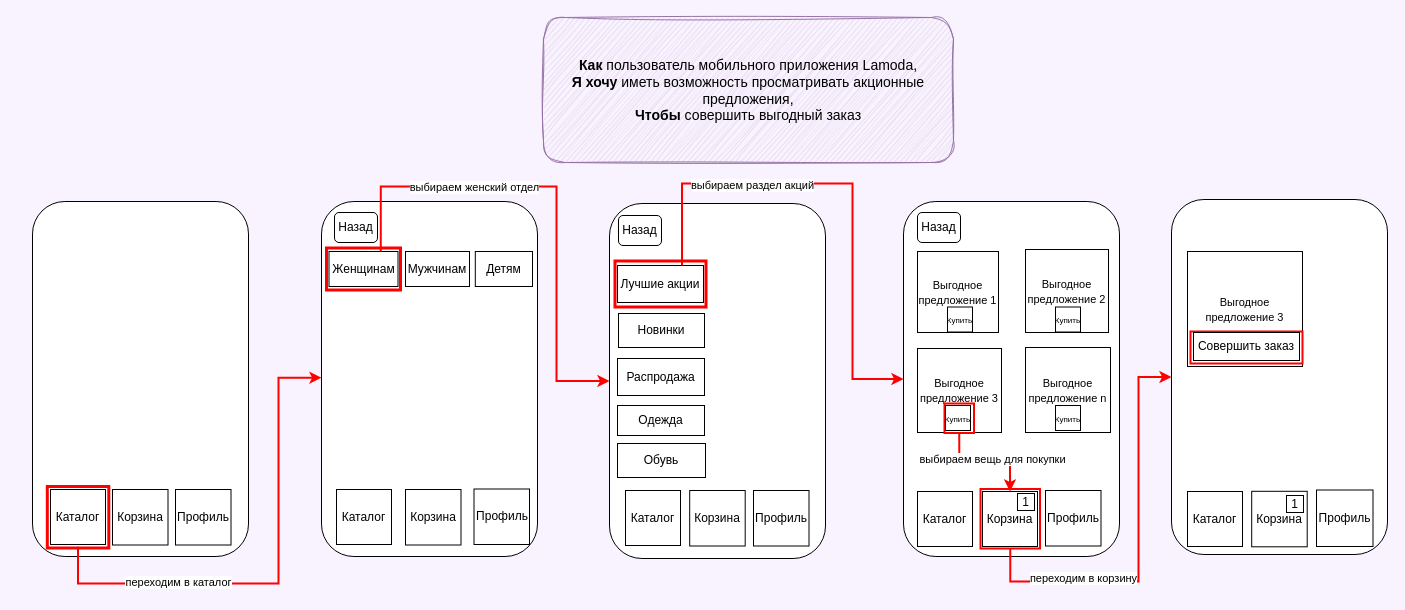
This is Mukhametyanova_Nargiza/Maket.drawio from abdullahproff/BSA21_1, a draw.io file, before an edit. Source tidied: cells renumbered, new cells numbered last; positions are measured from the earlier drawing's top-left corner, leaving out a move shared by most shapes. Both pictures are drawn from the tidied source at 100%, with x=0, y=0 at pixel (32, 17).
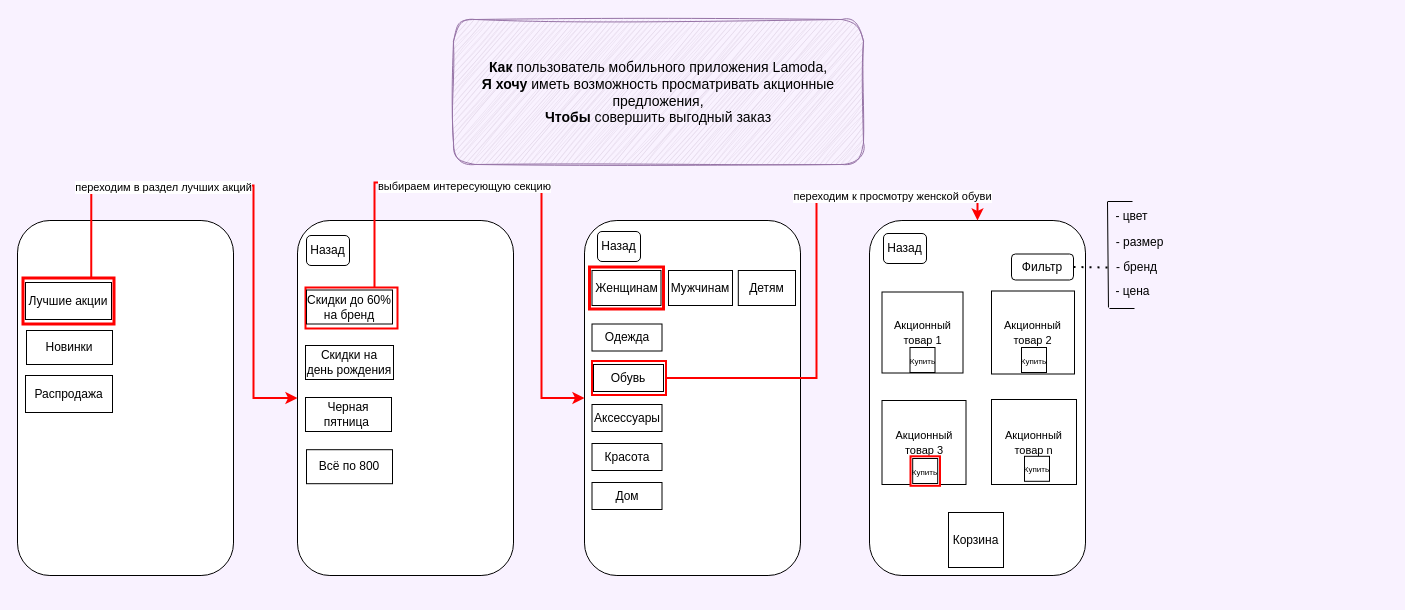
The same diagram, later.

What changed in the source:
```diff
@@
-    <mxCell id="2" style="rounded=1;whiteSpace=wrap;html=1;" parent="1" vertex="1">
-      <mxGeometry y="184" width="216" height="355" as="geometry" />
-    </mxCell>
     <mxCell id="3" value="&lt;font style=&quot;font-size: 14px;&quot;&gt;&lt;b&gt;Как &lt;/b&gt;пользователь мобильного приложения Lamoda,&lt;br&gt;&lt;b&gt;Я хочу&lt;/b&gt; иметь возможность просматривать акционные предложения,&lt;br&gt;&lt;b&gt;Чтобы &lt;/b&gt;совершить выгодный заказ&lt;/font&gt;" style="rounded=1;whiteSpace=wrap;html=1;glass=0;sketch=1;curveFitting=1;jiggle=2;shadow=0;fillColor=#e1d5e7;strokeColor=#9673a6;" parent="1" vertex="1">
-      <mxGeometry x="511" width="410" height="145" as="geometry" />
+      <mxGeometry x="421" y="2" width="410" height="145" as="geometry" />
     </mxCell>
-    <mxCell id="4" value="Каталог" style="whiteSpace=wrap;html=1;" parent="1" vertex="1">
-      <mxGeometry x="18" y="472" width="55" height="55" as="geometry" />
-    </mxCell>
-    <mxCell id="5" value="Профиль" style="whiteSpace=wrap;html=1;" parent="1" vertex="1">
-      <mxGeometry x="143" y="472" width="55.5" height="55.5" as="geometry" />
-    </mxCell>
-    <mxCell id="6" value="Корзина" style="whiteSpace=wrap;html=1;" parent="1" vertex="1">
-      <mxGeometry x="80" y="472" width="55.5" height="55.5" as="geometry" />
-    </mxCell>
     <mxCell id="7" style="rounded=1;whiteSpace=wrap;html=1;" parent="1" vertex="1">
-      <mxGeometry x="289" y="184" width="216" height="355" as="geometry" />
+      <mxGeometry x="552" y="203" width="216" height="355" as="geometry" />
     </mxCell>
-    <mxCell id="8" style="whiteSpace=wrap;html=1;strokeColor=#FF0000;strokeWidth=3;fillColor=none;" parent="1" vertex="1">
-      <mxGeometry x="14.8" y="469" width="61.5" height="61.5" as="geometry" />
-    </mxCell>
     <mxCell id="9" value="Мужчинам" style="rounded=0;whiteSpace=wrap;html=1;" parent="1" vertex="1">
-      <mxGeometry x="373" y="234" width="64" height="35" as="geometry" />
+      <mxGeometry x="636" y="253" width="64" height="35" as="geometry" />
     </mxCell>
     <mxCell id="10" style="rounded=0;whiteSpace=wrap;html=1;strokeColor=#FF0000;strokeWidth=3;" parent="1" vertex="1">
-      <mxGeometry x="294" y="230.5" width="74" height="42" as="geometry" />
+      <mxGeometry x="557" y="249.5" width="74" height="42" as="geometry" />
     </mxCell>
     <mxCell id="11" value="Женщинам" style="rounded=0;whiteSpace=wrap;html=1;" parent="1" vertex="1">
-      <mxGeometry x="296.5" y="234" width="69" height="35" as="geometry" />
+      <mxGeometry x="559.5" y="253" width="69" height="35" as="geometry" />
     </mxCell>
     <mxCell id="12" value="Детям" style="rounded=0;whiteSpace=wrap;html=1;" parent="1" vertex="1">
-      <mxGeometry x="442.8" y="234" width="57.2" height="35" as="geometry" />
+      <mxGeometry x="705.8" y="253" width="57.2" height="35" as="geometry" />
     </mxCell>
     <mxCell id="13" style="rounded=1;whiteSpace=wrap;html=1;" parent="1" vertex="1">
-      <mxGeometry x="577" y="186" width="216" height="355" as="geometry" />
+      <mxGeometry x="-15" y="203" width="216" height="355" as="geometry" />
     </mxCell>
     <mxCell id="14" style="rounded=0;whiteSpace=wrap;html=1;strokeColor=#FF0000;strokeWidth=3;" parent="1" vertex="1">
-      <mxGeometry x="582.5" y="243.5" width="91" height="46" as="geometry" />
+      <mxGeometry x="-9.5" y="260.5" width="91" height="46" as="geometry" />
     </mxCell>
     <mxCell id="15" value="Лучшие акции" style="rounded=0;whiteSpace=wrap;html=1;" parent="1" vertex="1">
-      <mxGeometry x="585" y="248" width="86" height="37" as="geometry" />
+      <mxGeometry x="-7" y="265" width="86" height="37" as="geometry" />
     </mxCell>
     <mxCell id="16" value="Новинки" style="rounded=0;whiteSpace=wrap;html=1;" parent="1" vertex="1">
-      <mxGeometry x="586" y="296" width="86" height="34" as="geometry" />
+      <mxGeometry x="-6" y="313" width="86" height="34" as="geometry" />
     </mxCell>
     <mxCell id="17" value="Распродажа" style="rounded=0;whiteSpace=wrap;html=1;" parent="1" vertex="1">
-      <mxGeometry x="585" y="341" width="87" height="37" as="geometry" />
+      <mxGeometry x="-7" y="358" width="87" height="37" as="geometry" />
     </mxCell>
-    <mxCell id="18" value="Одежда" style="rounded=0;whiteSpace=wrap;html=1;" parent="1" vertex="1">
-      <mxGeometry x="585" y="388" width="87" height="30" as="geometry" />
-    </mxCell>
-    <mxCell id="19" value="Обувь" style="rounded=0;whiteSpace=wrap;html=1;" parent="1" vertex="1">
-      <mxGeometry x="585" y="426" width="88" height="34" as="geometry" />
-    </mxCell>
-    <mxCell id="20" style="endArrow=classic;html=1;rounded=0;entryX=0;entryY=0.5;entryDx=0;entryDy=0;exitX=0.5;exitY=1;exitDx=0;exitDy=0;edgeStyle=orthogonalEdgeStyle;strokeColor=#FF0000;strokeWidth=2;" parent="1" edge="1">
-      <mxGeometry relative="1" as="geometry">
-        <mxPoint x="45.5" y="529.2" as="sourcePoint" />
-        <mxPoint x="289" y="360.2" as="targetPoint" />
-        <Array as="points">
-          <mxPoint x="46" y="566" />
-          <mxPoint x="246" y="566" />
-          <mxPoint x="246" y="360" />
-        </Array>
-      </mxGeometry>
-    </mxCell>
-    <mxCell id="21" value="переходим в каталог" style="edgeLabel;html=1;align=center;verticalAlign=middle;" parent="20" vertex="1">
-      <mxGeometry x="-0.27" y="-2" relative="1" as="geometry">
-        <mxPoint x="-40" y="-4" as="offset" />
-      </mxGeometry>
-    </mxCell>
     <mxCell id="22" style="rounded=1;whiteSpace=wrap;html=1;" parent="1" vertex="1">
-      <mxGeometry x="871" y="184" width="216" height="355" as="geometry" />
+      <mxGeometry x="837" y="203" width="216" height="355" as="geometry" />
     </mxCell>
-    <mxCell id="23" value="&lt;font style=&quot;font-size: 11px;&quot;&gt;Выгодное предложение 1&lt;/font&gt;" style="whiteSpace=wrap;html=1;" parent="1" vertex="1">
-      <mxGeometry x="885" y="234" width="81" height="81" as="geometry" />
+    <mxCell id="23" value="&lt;font style=&quot;font-size: 11px;&quot;&gt;Акционный товар 1&lt;/font&gt;" style="whiteSpace=wrap;html=1;" parent="1" vertex="1">
+      <mxGeometry x="849.5" y="274.5" width="81" height="81" as="geometry" />
     </mxCell>
-    <mxCell id="24" value="&lt;font style=&quot;font-size: 11px;&quot;&gt;Выгодное предложение 2&lt;/font&gt;" style="whiteSpace=wrap;html=1;" parent="1" vertex="1">
-      <mxGeometry x="993" y="232" width="83" height="83" as="geometry" />
+    <mxCell id="24" value="&lt;font style=&quot;font-size: 11px;&quot;&gt;Акционный товар 2&lt;/font&gt;" style="whiteSpace=wrap;html=1;" parent="1" vertex="1">
+      <mxGeometry x="959" y="273.5" width="83" height="83" as="geometry" />
     </mxCell>
-    <mxCell id="25" value="&lt;font style=&quot;font-size: 11px;&quot;&gt;Выгодное предложение 3&lt;/font&gt;" style="whiteSpace=wrap;html=1;" parent="1" vertex="1">
-      <mxGeometry x="885" y="331" width="84" height="84" as="geometry" />
+    <mxCell id="25" value="&lt;font style=&quot;font-size: 11px;&quot;&gt;Акционный товар 3&lt;/font&gt;" style="whiteSpace=wrap;html=1;" parent="1" vertex="1">
+      <mxGeometry x="849.5" y="383" width="84" height="84" as="geometry" />
     </mxCell>
-    <mxCell id="26" value="&lt;font style=&quot;font-size: 11px;&quot;&gt;Выгодное предложение n&lt;/font&gt;" style="whiteSpace=wrap;html=1;" parent="1" vertex="1">
-      <mxGeometry x="993" y="330" width="85" height="85" as="geometry" />
+    <mxCell id="26" value="&lt;font style=&quot;font-size: 11px;&quot;&gt;Акционный товар n&lt;/font&gt;" style="whiteSpace=wrap;html=1;" parent="1" vertex="1">
+      <mxGeometry x="959" y="382" width="85" height="85" as="geometry" />
     </mxCell>
-    <mxCell id="27" value="Каталог" style="whiteSpace=wrap;html=1;" parent="1" vertex="1">
-      <mxGeometry x="304" y="472" width="55" height="55" as="geometry" />
-    </mxCell>
-    <mxCell id="28" value="Корзина" style="whiteSpace=wrap;html=1;" parent="1" vertex="1">
-      <mxGeometry x="373" y="472" width="55.5" height="55.5" as="geometry" />
-    </mxCell>
-    <mxCell id="29" value="Профиль" style="whiteSpace=wrap;html=1;" parent="1" vertex="1">
-      <mxGeometry x="441.5" y="471.5" width="55.5" height="55.5" as="geometry" />
-    </mxCell>
-    <mxCell id="30" value="Каталог" style="whiteSpace=wrap;html=1;" parent="1" vertex="1">
-      <mxGeometry x="593" y="473" width="55" height="55" as="geometry" />
-    </mxCell>
-    <mxCell id="31" value="Корзина" style="whiteSpace=wrap;html=1;" parent="1" vertex="1">
-      <mxGeometry x="657.2" y="473" width="55.5" height="55.5" as="geometry" />
-    </mxCell>
-    <mxCell id="32" value="Профиль" style="whiteSpace=wrap;html=1;" parent="1" vertex="1">
-      <mxGeometry x="721" y="473" width="55.5" height="55.5" as="geometry" />
-    </mxCell>
-    <mxCell id="33" value="Каталог" style="whiteSpace=wrap;html=1;" parent="1" vertex="1">
-      <mxGeometry x="885" y="474" width="55" height="55" as="geometry" />
-    </mxCell>
-    <mxCell id="34" style="whiteSpace=wrap;html=1;strokeColor=#FF0000;strokeWidth=2;" parent="1" vertex="1">
-      <mxGeometry x="948" y="471.5" width="59.5" height="59.5" as="geometry" />
-    </mxCell>
     <mxCell id="35" value="Корзина" style="whiteSpace=wrap;html=1;" parent="1" vertex="1">
-      <mxGeometry x="950" y="474" width="55" height="55" as="geometry" />
+      <mxGeometry x="916" y="495" width="55" height="55" as="geometry" />
     </mxCell>
-    <mxCell id="36" value="Профиль" style="whiteSpace=wrap;html=1;" parent="1" vertex="1">
-      <mxGeometry x="1013" y="473" width="55.5" height="55.5" as="geometry" />
-    </mxCell>
     <mxCell id="37" style="whiteSpace=wrap;html=1;strokeColor=#FF0000;strokeWidth=2;" parent="1" vertex="1">
-      <mxGeometry x="912" y="386" width="29.5" height="29.5" as="geometry" />
+      <mxGeometry x="878" y="438.8" width="29.5" height="29.5" as="geometry" />
     </mxCell>
     <mxCell id="38" value="&lt;font style=&quot;font-size: 8px;&quot;&gt;Купить&lt;/font&gt;" style="whiteSpace=wrap;html=1;" parent="1" vertex="1">
-      <mxGeometry x="913" y="388" width="25" height="25" as="geometry" />
+      <mxGeometry x="880.2" y="441" width="25" height="25" as="geometry" />
     </mxCell>
     <mxCell id="39" value="&lt;font style=&quot;font-size: 8px;&quot;&gt;Купить&lt;/font&gt;" style="whiteSpace=wrap;html=1;" parent="1" vertex="1">
-      <mxGeometry x="1023" y="388" width="25" height="25" as="geometry" />
+      <mxGeometry x="992" y="438.8" width="25" height="25" as="geometry" />
     </mxCell>
     <mxCell id="40" value="&lt;font style=&quot;font-size: 8px;&quot;&gt;Купить&lt;/font&gt;" style="whiteSpace=wrap;html=1;" parent="1" vertex="1">
-      <mxGeometry x="1023" y="289.5" width="25" height="25" as="geometry" />
+      <mxGeometry x="989" y="330" width="25" height="25" as="geometry" />
     </mxCell>
     <mxCell id="41" value="&lt;font style=&quot;font-size: 8px;&quot;&gt;Купить&lt;/font&gt;" style="whiteSpace=wrap;html=1;" parent="1" vertex="1">
-      <mxGeometry x="915" y="289.5" width="25" height="25" as="geometry" />
+      <mxGeometry x="877.5" y="330" width="25" height="25" as="geometry" />
     </mxCell>
-    <mxCell id="42" value="Назад" style="rounded=1;whiteSpace=wrap;html=1;" parent="1" vertex="1">
-      <mxGeometry x="586" y="198" width="43" height="30" as="geometry" />
-    </mxCell>
     <mxCell id="43" value="Назад" style="rounded=1;whiteSpace=wrap;html=1;" parent="1" vertex="1">
-      <mxGeometry x="885" y="195" width="43" height="30" as="geometry" />
+      <mxGeometry x="851" y="216" width="43" height="30" as="geometry" />
     </mxCell>
     <mxCell id="44" value="Назад" style="rounded=1;whiteSpace=wrap;html=1;" parent="1" vertex="1">
-      <mxGeometry x="302" y="195" width="43" height="30" as="geometry" />
+      <mxGeometry x="565" y="214" width="43" height="30" as="geometry" />
     </mxCell>
-    <mxCell id="45" style="endArrow=classic;html=1;rounded=0;exitX=0.75;exitY=0;exitDx=0;exitDy=0;entryX=0;entryY=0.5;entryDx=0;entryDy=0;edgeStyle=orthogonalEdgeStyle;strokeWidth=2;strokeColor=#FF0000;" parent="1" edge="1" source="11" target="13">
-      <mxGeometry relative="1" as="geometry">
-        <Array as="points">
-          <mxPoint x="348" y="169" />
-          <mxPoint x="524" y="169" />
-          <mxPoint x="524" y="364" />
-        </Array>
-      </mxGeometry>
-    </mxCell>
-    <mxCell id="46" value="выбираем женский отдел" style="edgeLabel;html=1;align=center;verticalAlign=middle;" parent="45" vertex="1">
-      <mxGeometry x="-0.26" relative="1" as="geometry">
-        <mxPoint x="-23" as="offset" />
-      </mxGeometry>
-    </mxCell>
-    <mxCell id="47" style="endArrow=classic;html=1;rounded=0;exitX=0.75;exitY=0;exitDx=0;exitDy=0;entryX=0;entryY=0.5;entryDx=0;entryDy=0;edgeStyle=orthogonalEdgeStyle;strokeWidth=2;strokeColor=#FF0000;" parent="1" edge="1" source="15" target="22">
-      <mxGeometry relative="1" as="geometry">
-        <Array as="points">
-          <mxPoint x="650" y="166" />
-          <mxPoint x="820" y="166" />
-          <mxPoint x="820" y="362" />
-        </Array>
-      </mxGeometry>
-    </mxCell>
-    <mxCell id="48" value="выбираем раздел акций" style="edgeLabel;html=1;align=center;verticalAlign=middle;" parent="47" vertex="1">
-      <mxGeometry x="-0.39" y="-1" relative="1" as="geometry" />
-    </mxCell>
-    <mxCell id="49" style="endArrow=classic;html=1;rounded=0;exitX=0.5;exitY=1;exitDx=0;exitDy=0;entryX=0.5;entryY=0;entryDx=0;entryDy=0;edgeStyle=orthogonalEdgeStyle;strokeWidth=2;strokeColor=#FF0000;" parent="1" edge="1" source="37" target="35">
-      <mxGeometry relative="1" as="geometry" />
-    </mxCell>
-    <mxCell id="50" value="выбираем вещь для покупки" style="edgeLabel;html=1;align=center;verticalAlign=middle;" parent="49" vertex="1">
-      <mxGeometry x="0.11" y="3" relative="1" as="geometry">
-        <mxPoint x="1" as="offset" />
-      </mxGeometry>
-    </mxCell>
-    <mxCell id="51" value="1" style="whiteSpace=wrap;html=1;" parent="1" vertex="1">
-      <mxGeometry x="985" y="476" width="17" height="17" as="geometry" />
-    </mxCell>
-    <mxCell id="52" style="rounded=1;whiteSpace=wrap;html=1;" parent="1" vertex="1">
-      <mxGeometry x="1139" y="182" width="216" height="355" as="geometry" />
-    </mxCell>
-    <mxCell id="53" value="Каталог" style="whiteSpace=wrap;html=1;" parent="1" vertex="1">
-      <mxGeometry x="1155" y="474" width="55" height="55" as="geometry" />
-    </mxCell>
-    <mxCell id="54" value="Корзина" style="whiteSpace=wrap;html=1;" parent="1" vertex="1">
-      <mxGeometry x="1219.2" y="473.8" width="55.5" height="55.5" as="geometry" />
-    </mxCell>
-    <mxCell id="55" value="Профиль" style="whiteSpace=wrap;html=1;" parent="1" vertex="1">
-      <mxGeometry x="1284" y="472.5" width="56.5" height="56.5" as="geometry" />
-    </mxCell>
-    <mxCell id="56" value="1" style="whiteSpace=wrap;html=1;" parent="1" vertex="1">
-      <mxGeometry x="1254" y="478" width="17" height="17" as="geometry" />
-    </mxCell>
-    <mxCell id="57" value="&lt;font style=&quot;font-size: 11px;&quot;&gt;Выгодное предложение 3&lt;/font&gt;" style="whiteSpace=wrap;html=1;" parent="1" vertex="1">
-      <mxGeometry x="1155" y="234" width="115" height="115" as="geometry" />
-    </mxCell>
-    <mxCell id="58" style="endArrow=classic;html=1;rounded=0;exitX=0.5;exitY=1;exitDx=0;exitDy=0;entryX=0;entryY=0.5;entryDx=0;entryDy=0;edgeStyle=orthogonalEdgeStyle;strokeWidth=2;strokeColor=#FF0000;" parent="1" edge="1" source="34" target="52">
-      <mxGeometry relative="1" as="geometry">
-        <Array as="points">
-          <mxPoint x="978" y="564" />
-          <mxPoint x="1106" y="564" />
-          <mxPoint x="1106" y="359" />
-        </Array>
-      </mxGeometry>
-    </mxCell>
-    <mxCell id="59" value="переходим в корзину" style="edgeLabel;html=1;align=center;verticalAlign=middle;" parent="58" vertex="1">
-      <mxGeometry x="-0.47" y="4" relative="1" as="geometry" />
-    </mxCell>
-    <mxCell id="60" style="rounded=0;whiteSpace=wrap;html=1;strokeColor=#FF0000;strokeWidth=2;" parent="1" vertex="1">
-      <mxGeometry x="1158" y="314" width="112" height="32" as="geometry" />
-    </mxCell>
-    <mxCell id="61" value="Совершить заказ" style="rounded=0;whiteSpace=wrap;html=1;" parent="1" vertex="1">
-      <mxGeometry x="1161" y="315" width="106" height="28" as="geometry" />
-    </mxCell>
+    <mxCell id="62" style="rounded=1;whiteSpace=wrap;html=1;" parent="1" vertex="1">
+      <mxGeometry x="265" y="203" width="216" height="355" as="geometry" />
+    </mxCell>
+    <mxCell id="42" value="Назад" style="rounded=1;whiteSpace=wrap;html=1;" parent="1" vertex="1">
+      <mxGeometry x="274" y="218" width="43" height="30" as="geometry" />
+    </mxCell>
+    <mxCell id="63" style="rounded=0;whiteSpace=wrap;html=1;strokeColor=#FF0000;strokeWidth=2;" parent="1" vertex="1">
+      <mxGeometry x="273" y="270" width="92" height="41" as="geometry" />
+    </mxCell>
+    <mxCell id="64" value="Скидки до 60% на бренд" style="rounded=0;whiteSpace=wrap;html=1;" parent="1" vertex="1">
+      <mxGeometry x="274" y="272.5" width="86" height="34" as="geometry" />
+    </mxCell>
+    <mxCell id="65" value="Скидки на день рождения" style="rounded=0;whiteSpace=wrap;html=1;" parent="1" vertex="1">
+      <mxGeometry x="273" y="328" width="88" height="34" as="geometry" />
+    </mxCell>
+    <mxCell id="66" value="Черная пятница&amp;nbsp;" style="rounded=0;whiteSpace=wrap;html=1;" parent="1" vertex="1">
+      <mxGeometry x="273" y="380" width="86" height="34" as="geometry" />
+    </mxCell>
+    <mxCell id="67" value="Всё по 800" style="rounded=0;whiteSpace=wrap;html=1;" parent="1" vertex="1">
+      <mxGeometry x="274" y="432.2" width="86" height="34" as="geometry" />
+    </mxCell>
+    <mxCell id="68" style="endArrow=classic;html=1;rounded=0;exitX=0.75;exitY=0;exitDx=0;exitDy=0;entryX=0;entryY=0.5;entryDx=0;entryDy=0;edgeStyle=orthogonalEdgeStyle;strokeWidth=2;strokeColor=#FF0000;" parent="1" edge="1" source="14" target="62">
+      <mxGeometry relative="1" as="geometry">
+        <Array as="points">
+          <mxPoint x="59" y="168" />
+          <mxPoint x="221" y="168" />
+          <mxPoint x="221" y="381" />
+        </Array>
+      </mxGeometry>
+    </mxCell>
+    <mxCell id="69" value="переходим в раздел лучших акций" style="edgeLabel;html=1;align=center;verticalAlign=middle;" parent="68" vertex="1">
+      <mxGeometry x="-0.36" y="-1" relative="1" as="geometry" />
+    </mxCell>
+    <mxCell id="70" style="endArrow=classic;html=1;rounded=0;exitX=0.75;exitY=0;exitDx=0;exitDy=0;entryX=0;entryY=0.5;entryDx=0;entryDy=0;edgeStyle=orthogonalEdgeStyle;strokeColor=#FF0000;strokeWidth=2;" parent="1" edge="1" source="63" target="7">
+      <mxGeometry relative="1" as="geometry">
+        <Array as="points">
+          <mxPoint x="342" y="165" />
+          <mxPoint x="509" y="165" />
+          <mxPoint x="509" y="381" />
+        </Array>
+      </mxGeometry>
+    </mxCell>
+    <mxCell id="71" value="выбираем интересующую секцию" style="edgeLabel;html=1;align=center;verticalAlign=middle;" parent="70" vertex="1">
+      <mxGeometry x="-0.27" y="-3" relative="1" as="geometry" />
+    </mxCell>
+    <mxCell id="18" value="Одежда" style="rounded=0;whiteSpace=wrap;html=1;" parent="1" vertex="1">
+      <mxGeometry x="559.5" y="306.5" width="70" height="27" as="geometry" />
+    </mxCell>
+    <mxCell id="72" style="rounded=0;whiteSpace=wrap;html=1;strokeColor=#FF0000;strokeWidth=2;" parent="1" vertex="1">
+      <mxGeometry x="559.5" y="343.5" width="74" height="34" as="geometry" />
+    </mxCell>
+    <mxCell id="19" value="Обувь" style="rounded=0;whiteSpace=wrap;html=1;" parent="1" vertex="1">
+      <mxGeometry x="561" y="347" width="70" height="27" as="geometry" />
+    </mxCell>
+    <mxCell id="73" value="Аксессуары" style="rounded=0;whiteSpace=wrap;html=1;" parent="1" vertex="1">
+      <mxGeometry x="559.5" y="387" width="70" height="27" as="geometry" />
+    </mxCell>
+    <mxCell id="74" value="Красота" style="rounded=0;whiteSpace=wrap;html=1;" parent="1" vertex="1">
+      <mxGeometry x="559.5" y="426" width="70" height="27" as="geometry" />
+    </mxCell>
+    <mxCell id="75" value="Дом" style="rounded=0;whiteSpace=wrap;html=1;" parent="1" vertex="1">
+      <mxGeometry x="559.5" y="465" width="70" height="27" as="geometry" />
+    </mxCell>
+    <mxCell id="76" value="Фильтр" style="rounded=1;whiteSpace=wrap;html=1;" parent="1" vertex="1">
+      <mxGeometry x="979" y="236.5" width="62" height="26" as="geometry" />
+    </mxCell>
+    <mxCell id="77" style="endArrow=none;dashed=1;html=1;dashPattern=1 3;strokeWidth=2;rounded=0;exitX=1;exitY=0.5;exitDx=0;exitDy=0;" parent="1" edge="1" source="76">
+      <mxGeometry relative="1" as="geometry">
+        <mxPoint x="1075" y="250" as="targetPoint" />
+      </mxGeometry>
+    </mxCell>
+    <mxCell id="78" style="endArrow=none;html=1;rounded=0;exitX=0.038;exitY=1.134;exitDx=0;exitDy=0;exitPerimeter=0;" parent="1" edge="1" source="84">
+      <mxGeometry relative="1" as="geometry">
+        <mxPoint x="1075" y="184.5" as="targetPoint" />
+      </mxGeometry>
+    </mxCell>
+    <mxCell id="79" style="endArrow=none;html=1;rounded=0;" parent="1" edge="1">
+      <mxGeometry relative="1" as="geometry">
+        <mxPoint x="1075" y="184" as="sourcePoint" />
+        <mxPoint x="1100" y="184" as="targetPoint" />
+      </mxGeometry>
+    </mxCell>
+    <mxCell id="80" style="endArrow=none;html=1;rounded=0;" parent="1" edge="1">
+      <mxGeometry relative="1" as="geometry">
+        <mxPoint x="1077" y="291" as="sourcePoint" />
+        <mxPoint x="1102" y="291" as="targetPoint" />
+      </mxGeometry>
+    </mxCell>
+    <mxCell id="81" value="- цвет" style="text;html=1;align=center;verticalAlign=middle;strokeColor=none;fillColor=none;" parent="1" vertex="1">
+      <mxGeometry x="1074" y="186" width="50" height="26" as="geometry" />
+    </mxCell>
+    <mxCell id="82" value="- размер" style="text;html=1;align=center;verticalAlign=middle;strokeColor=none;fillColor=none;" parent="1" vertex="1">
+      <mxGeometry x="1074" y="212" width="66" height="26" as="geometry" />
+    </mxCell>
+    <mxCell id="83" value="- бренд" style="text;html=1;align=center;verticalAlign=middle;strokeColor=none;fillColor=none;" parent="1" vertex="1">
+      <mxGeometry x="1074" y="236.5" width="59" height="26" as="geometry" />
+    </mxCell>
+    <mxCell id="84" value="- цена" style="text;html=1;align=center;verticalAlign=middle;points=[];strokeColor=none;fillColor=none;" parent="1" vertex="1">
+      <mxGeometry x="1074" y="260.5" width="52" height="26" as="geometry" />
+    </mxCell>
+    <mxCell id="85" style="endArrow=classic;html=1;rounded=0;exitX=1;exitY=0.5;exitDx=0;exitDy=0;entryX=0.5;entryY=0;entryDx=0;entryDy=0;edgeStyle=orthogonalEdgeStyle;strokeColor=#FF0000;strokeWidth=2;" parent="1" edge="1" source="72" target="22">
+      <mxGeometry relative="1" as="geometry">
+        <Array as="points">
+          <mxPoint x="784" y="361" />
+          <mxPoint x="784" y="182" />
+          <mxPoint x="945" y="182" />
+        </Array>
+      </mxGeometry>
+    </mxCell>
+    <mxCell id="86" value="переходим к просмотру женской обуви" style="edgeLabel;html=1;align=center;verticalAlign=middle;" parent="85" vertex="1">
+      <mxGeometry x="0.5" y="1" relative="1" as="geometry">
+        <mxPoint x="21" y="-3" as="offset" />
+      </mxGeometry>
+    </mxCell>
```
